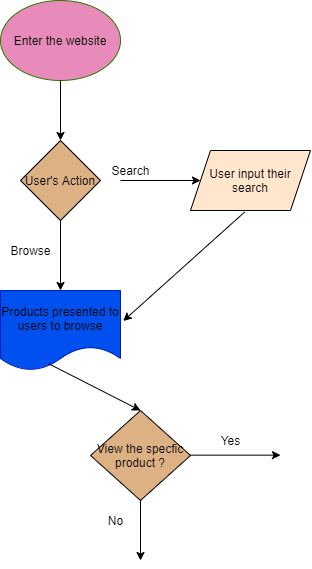
yuzilyu/wp21-cse110-lab4 keeps this draw.io diagram as part2/part2.drawio.png. Above is the earlier version. Source tidied: cells renumbered, new cells last; positions are measured from the earlier drawing's top-left corner, leaving out a move shared by most shapes. The source it was exported from:
```xml
<mxGraphModel background="#ffffff">
  <root>
    <mxCell id="0" />
    <mxCell id="1" parent="0" />
    <mxCell id="2" value="&lt;font color=&quot;#000000&quot;&gt;Enter the website&lt;/font&gt;" style="ellipse;whiteSpace=wrap;html=1;strokeColor=#2D7600;fontColor=#ffffff;fillColor=#E88BBA;" parent="1" vertex="1">
      <mxGeometry width="120" height="80" as="geometry" />
    </mxCell>
    <mxCell id="3" value="&lt;font color=&quot;#000000&quot;&gt;User's Action&lt;/font&gt;" style="rhombus;whiteSpace=wrap;html=1;fillColor=#DEB185;" parent="1" vertex="1">
      <mxGeometry x="20" y="140" width="80" height="80" as="geometry" />
    </mxCell>
    <mxCell id="4" style="endArrow=classic;html=1;entryX=0.5;entryY=0;entryDx=0;entryDy=0;labelBackgroundColor=#000000;strokeColor=#000000;" parent="1" edge="1" target="3">
      <mxGeometry relative="1" as="geometry">
        <mxPoint x="60" y="80" as="sourcePoint" />
      </mxGeometry>
    </mxCell>
    <mxCell id="5" style="endArrow=classic;html=1;strokeColor=#000000;" parent="1" edge="1">
      <mxGeometry relative="1" as="geometry">
        <mxPoint x="120" y="180" as="sourcePoint" />
        <mxPoint x="200" y="180" as="targetPoint" />
      </mxGeometry>
    </mxCell>
    <mxCell id="6" value="&lt;font color=&quot;#000000&quot;&gt;Search&lt;/font&gt;" style="text;html=1;align=center;verticalAlign=middle;" parent="1" vertex="1">
      <mxGeometry x="105" y="160" width="50" height="20" as="geometry" />
    </mxCell>
    <mxCell id="7" style="endArrow=classic;html=1;strokeColor=#000000;" parent="1" edge="1">
      <mxGeometry relative="1" as="geometry">
        <mxPoint x="60" y="220" as="sourcePoint" />
        <mxPoint x="60" y="290" as="targetPoint" />
      </mxGeometry>
    </mxCell>
    <mxCell id="8" value="&lt;font color=&quot;#000000&quot;&gt;Browse&lt;/font&gt;" style="text;html=1;align=center;verticalAlign=middle;" parent="1" vertex="1">
      <mxGeometry y="240" width="60" height="20" as="geometry" />
    </mxCell>
    <mxCell id="9" value="&lt;font color=&quot;#000000&quot;&gt;User input their search&lt;/font&gt;" style="shape=parallelogram;perimeter=parallelogramPerimeter;whiteSpace=wrap;html=1;fixedSize=1;fillColor=#FFE6CC;" parent="1" vertex="1">
      <mxGeometry x="190" y="150" width="120" height="60" as="geometry" />
    </mxCell>
    <mxCell id="10" style="endArrow=classic;html=1;labelBackgroundColor=#000000;strokeColor=#000000;entryX=1.023;entryY=0.381;entryDx=0;entryDy=0;exitX=0.451;exitY=1.026;exitDx=0;exitDy=0;exitPerimeter=0;entryPerimeter=0;" parent="1" edge="1" source="9" target="11">
      <mxGeometry relative="1" as="geometry" />
    </mxCell>
    <mxCell id="11" value="&lt;font color=&quot;#000000&quot;&gt;Products presented to users to browse&lt;/font&gt;" style="shape=document;whiteSpace=wrap;html=1;boundedLbl=1;fillColor=#0050ef;strokeColor=#001DBC;fontColor=#ffffff;" parent="1" vertex="1">
      <mxGeometry y="290" width="120" height="80" as="geometry" />
    </mxCell>
    <mxCell id="12" value="&lt;font color=&quot;#000000&quot;&gt;View the specfic product ?&lt;/font&gt;" style="rhombus;whiteSpace=wrap;html=1;fillColor=#DEB185;" parent="1" vertex="1">
      <mxGeometry x="90" y="410" width="100" height="90" as="geometry" />
    </mxCell>
    <mxCell id="13" style="endArrow=classic;html=1;labelBackgroundColor=#000000;strokeColor=#000000;exitX=0.402;exitY=0.916;exitDx=0;exitDy=0;exitPerimeter=0;entryX=0.5;entryY=0;entryDx=0;entryDy=0;" parent="1" edge="1" source="11" target="12">
      <mxGeometry relative="1" as="geometry" />
    </mxCell>
    <mxCell id="14" style="endArrow=classic;html=1;labelBackgroundColor=#000000;strokeColor=#000000;" parent="1" edge="1">
      <mxGeometry relative="1" as="geometry">
        <mxPoint x="190" y="454.7" as="sourcePoint" />
        <mxPoint x="280" y="454.7" as="targetPoint" />
      </mxGeometry>
    </mxCell>
    <mxCell id="15" value="&lt;font color=&quot;#000000&quot;&gt;Yes&lt;/font&gt;" style="text;html=1;align=center;verticalAlign=middle;" parent="1" vertex="1">
      <mxGeometry x="210" y="430" width="40" height="20" as="geometry" />
    </mxCell>
    <mxCell id="16" style="endArrow=classic;html=1;labelBackgroundColor=#000000;strokeColor=#000000;exitX=0.5;exitY=1;exitDx=0;exitDy=0;" parent="1" edge="1" source="12">
      <mxGeometry relative="1" as="geometry">
        <mxPoint x="140" y="560" as="targetPoint" />
      </mxGeometry>
    </mxCell>
    <mxCell id="17" value="&lt;font color=&quot;#000000&quot;&gt;No&lt;/font&gt;" style="text;html=1;align=center;verticalAlign=middle;points=[];" parent="1" vertex="1">
      <mxGeometry x="100" y="510" width="30" height="20" as="geometry" />
    </mxCell>
  </root>
</mxGraphModel>
```
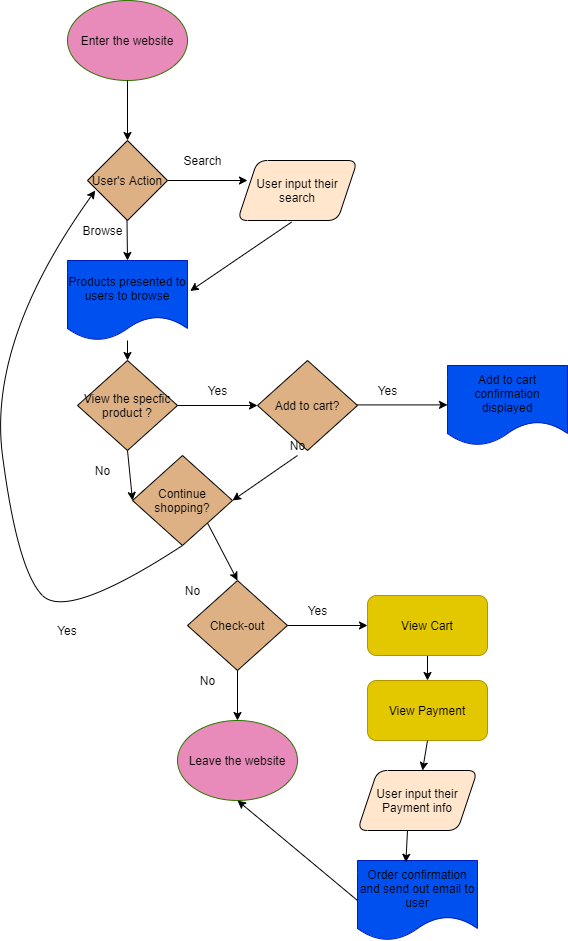
After the change.

Diff of the diagram source:
```diff
@@ -3,65 +3,145 @@
     <mxCell id="0" />
     <mxCell id="1" parent="0" />
     <mxCell id="2" value="&lt;font color=&quot;#000000&quot;&gt;Enter the website&lt;/font&gt;" style="ellipse;whiteSpace=wrap;html=1;strokeColor=#2D7600;fontColor=#ffffff;fillColor=#E88BBA;" parent="1" vertex="1">
-      <mxGeometry width="120" height="80" as="geometry" />
+      <mxGeometry x="220" y="-10" width="120" height="80" as="geometry" />
     </mxCell>
     <mxCell id="3" value="&lt;font color=&quot;#000000&quot;&gt;User's Action&lt;/font&gt;" style="rhombus;whiteSpace=wrap;html=1;fillColor=#DEB185;" parent="1" vertex="1">
-      <mxGeometry x="20" y="140" width="80" height="80" as="geometry" />
+      <mxGeometry x="240" y="130" width="80" height="80" as="geometry" />
     </mxCell>
-    <mxCell id="4" style="endArrow=classic;html=1;entryX=0.5;entryY=0;entryDx=0;entryDy=0;labelBackgroundColor=#000000;strokeColor=#000000;" parent="1" edge="1" target="3">
-      <mxGeometry relative="1" as="geometry">
-        <mxPoint x="60" y="80" as="sourcePoint" />
-      </mxGeometry>
+    <mxCell id="4" style="endArrow=classic;html=1;entryX=0.5;entryY=0;entryDx=0;entryDy=0;labelBackgroundColor=#000000;strokeColor=#000000;exitX=0.5;exitY=1;exitDx=0;exitDy=0;" parent="1" edge="1" source="2" target="3">
+      <mxGeometry relative="1" as="geometry" />
     </mxCell>
     <mxCell id="5" style="endArrow=classic;html=1;strokeColor=#000000;" parent="1" edge="1">
       <mxGeometry relative="1" as="geometry">
-        <mxPoint x="120" y="180" as="sourcePoint" />
-        <mxPoint x="200" y="180" as="targetPoint" />
+        <mxPoint x="320" y="170" as="sourcePoint" />
+        <mxPoint x="400" y="170" as="targetPoint" />
       </mxGeometry>
     </mxCell>
     <mxCell id="6" value="&lt;font color=&quot;#000000&quot;&gt;Search&lt;/font&gt;" style="text;html=1;align=center;verticalAlign=middle;" parent="1" vertex="1">
-      <mxGeometry x="105" y="160" width="50" height="20" as="geometry" />
+      <mxGeometry x="330" y="140" width="50" height="20" as="geometry" />
     </mxCell>
-    <mxCell id="7" style="endArrow=classic;html=1;strokeColor=#000000;" parent="1" edge="1">
+    <mxCell id="7" style="endArrow=classic;html=1;strokeColor=#000000;entryX=0.5;entryY=0;entryDx=0;entryDy=0;" parent="1" edge="1" target="11">
       <mxGeometry relative="1" as="geometry">
-        <mxPoint x="60" y="220" as="sourcePoint" />
-        <mxPoint x="60" y="290" as="targetPoint" />
+        <mxPoint x="279.5" y="210" as="sourcePoint" />
       </mxGeometry>
     </mxCell>
     <mxCell id="8" value="&lt;font color=&quot;#000000&quot;&gt;Browse&lt;/font&gt;" style="text;html=1;align=center;verticalAlign=middle;" parent="1" vertex="1">
-      <mxGeometry y="240" width="60" height="20" as="geometry" />
+      <mxGeometry x="225" y="210" width="60" height="20" as="geometry" />
     </mxCell>
-    <mxCell id="9" value="&lt;font color=&quot;#000000&quot;&gt;User input their search&lt;/font&gt;" style="shape=parallelogram;perimeter=parallelogramPerimeter;whiteSpace=wrap;html=1;fixedSize=1;fillColor=#FFE6CC;" parent="1" vertex="1">
-      <mxGeometry x="190" y="150" width="120" height="60" as="geometry" />
+    <mxCell id="9" value="&lt;font color=&quot;#000000&quot;&gt;User input their search&lt;/font&gt;" style="shape=parallelogram;perimeter=parallelogramPerimeter;whiteSpace=wrap;html=1;fixedSize=1;fillColor=#FFE6CC;rounded=1;" parent="1" vertex="1">
+      <mxGeometry x="390" y="150" width="120" height="60" as="geometry" />
     </mxCell>
     <mxCell id="10" style="endArrow=classic;html=1;labelBackgroundColor=#000000;strokeColor=#000000;entryX=1.023;entryY=0.381;entryDx=0;entryDy=0;exitX=0.451;exitY=1.026;exitDx=0;exitDy=0;exitPerimeter=0;entryPerimeter=0;" parent="1" edge="1" source="9" target="11">
       <mxGeometry relative="1" as="geometry" />
     </mxCell>
     <mxCell id="11" value="&lt;font color=&quot;#000000&quot;&gt;Products presented to users to browse&lt;/font&gt;" style="shape=document;whiteSpace=wrap;html=1;boundedLbl=1;fillColor=#0050ef;strokeColor=#001DBC;fontColor=#ffffff;" parent="1" vertex="1">
-      <mxGeometry y="290" width="120" height="80" as="geometry" />
+      <mxGeometry x="220" y="250" width="120" height="80" as="geometry" />
     </mxCell>
     <mxCell id="12" value="&lt;font color=&quot;#000000&quot;&gt;View the specfic product ?&lt;/font&gt;" style="rhombus;whiteSpace=wrap;html=1;fillColor=#DEB185;" parent="1" vertex="1">
-      <mxGeometry x="90" y="410" width="100" height="90" as="geometry" />
+      <mxGeometry x="230" y="350" width="100" height="90" as="geometry" />
     </mxCell>
-    <mxCell id="13" style="endArrow=classic;html=1;labelBackgroundColor=#000000;strokeColor=#000000;exitX=0.402;exitY=0.916;exitDx=0;exitDy=0;exitPerimeter=0;entryX=0.5;entryY=0;entryDx=0;entryDy=0;" parent="1" edge="1" source="11" target="12">
+    <mxCell id="13" style="endArrow=classic;html=1;labelBackgroundColor=#000000;strokeColor=#000000;entryX=0.5;entryY=0;entryDx=0;entryDy=0;" parent="1" edge="1" source="11" target="12">
       <mxGeometry relative="1" as="geometry" />
     </mxCell>
-    <mxCell id="14" style="endArrow=classic;html=1;labelBackgroundColor=#000000;strokeColor=#000000;" parent="1" edge="1">
-      <mxGeometry relative="1" as="geometry">
-        <mxPoint x="190" y="454.7" as="sourcePoint" />
-        <mxPoint x="280" y="454.7" as="targetPoint" />
-      </mxGeometry>
+    <mxCell id="14" style="endArrow=classic;html=1;labelBackgroundColor=#000000;strokeColor=#000000;exitX=1;exitY=0.5;exitDx=0;exitDy=0;entryX=0;entryY=0.5;entryDx=0;entryDy=0;" parent="1" edge="1" source="12" target="18">
+      <mxGeometry relative="1" as="geometry" />
     </mxCell>
     <mxCell id="15" value="&lt;font color=&quot;#000000&quot;&gt;Yes&lt;/font&gt;" style="text;html=1;align=center;verticalAlign=middle;" parent="1" vertex="1">
-      <mxGeometry x="210" y="430" width="40" height="20" as="geometry" />
+      <mxGeometry x="350" y="370" width="40" height="20" as="geometry" />
     </mxCell>
-    <mxCell id="16" style="endArrow=classic;html=1;labelBackgroundColor=#000000;strokeColor=#000000;exitX=0.5;exitY=1;exitDx=0;exitDy=0;" parent="1" edge="1" source="12">
-      <mxGeometry relative="1" as="geometry">
-        <mxPoint x="140" y="560" as="targetPoint" />
-      </mxGeometry>
+    <mxCell id="16" style="endArrow=classic;html=1;labelBackgroundColor=#000000;strokeColor=#000000;exitX=0.5;exitY=1;exitDx=0;exitDy=0;entryX=0;entryY=0.5;entryDx=0;entryDy=0;" parent="1" edge="1" source="12" target="24">
+      <mxGeometry relative="1" as="geometry" />
     </mxCell>
+    <mxCell id="18" value="&lt;font color=&quot;#000000&quot;&gt;Add to cart?&lt;/font&gt;" style="rhombus;whiteSpace=wrap;html=1;fillColor=#DEB185;" parent="1" vertex="1">
+      <mxGeometry x="410" y="350" width="100" height="90" as="geometry" />
+    </mxCell>
+    <mxCell id="19" value="&lt;font color=&quot;#000000&quot;&gt;Yes&lt;/font&gt;" style="text;html=1;align=center;verticalAlign=middle;" parent="1" vertex="1">
+      <mxGeometry x="520" y="370" width="40" height="20" as="geometry" />
+    </mxCell>
+    <mxCell id="20" style="endArrow=classic;html=1;labelBackgroundColor=#000000;strokeColor=#000000;" parent="1" edge="1">
+      <mxGeometry relative="1" as="geometry">
+        <mxPoint x="510" y="394.4" as="sourcePoint" />
+        <mxPoint x="600" y="394.4" as="targetPoint" />
+      </mxGeometry>
+    </mxCell>
+    <mxCell id="21" value="&lt;font color=&quot;#000000&quot;&gt;No&lt;/font&gt;" style="text;html=1;align=center;verticalAlign=middle;" parent="1" vertex="1">
+      <mxGeometry x="240" y="450" width="30" height="20" as="geometry" />
+    </mxCell>
+    <mxCell id="22" value="&lt;font color=&quot;#000000&quot;&gt;Add to cart confirmation displayed&lt;/font&gt;" style="shape=document;whiteSpace=wrap;html=1;boundedLbl=1;fillColor=#0050ef;strokeColor=#001DBC;fontColor=#ffffff;" parent="1" vertex="1">
+      <mxGeometry x="600" y="355" width="120" height="80" as="geometry" />
+    </mxCell>
+    <mxCell id="23" style="endArrow=classic;html=1;strokeColor=#000000;entryX=1;entryY=0.5;entryDx=0;entryDy=0;exitX=0.5;exitY=1;exitDx=0;exitDy=0;" parent="1" edge="1" source="17" target="24">
+      <mxGeometry relative="1" as="geometry" />
+    </mxCell>
+    <mxCell id="24" value="&lt;font color=&quot;#000000&quot;&gt;Continue shopping?&lt;/font&gt;" style="rhombus;whiteSpace=wrap;html=1;fillColor=#DEB185;" parent="1" vertex="1">
+      <mxGeometry x="285" y="445" width="100" height="90" as="geometry" />
+    </mxCell>
+    <mxCell id="25" value="&lt;font color=&quot;#000000&quot;&gt;Yes&lt;/font&gt;" style="text;html=1;strokeColor=none;fillColor=none;align=center;verticalAlign=middle;whiteSpace=wrap;rounded=0;" parent="1" vertex="1">
+      <mxGeometry x="200" y="610" width="40" height="20" as="geometry" />
+    </mxCell>
+    <mxCell id="26" style="curved=1;endArrow=classic;html=1;strokeColor=#000000;exitX=0.5;exitY=1;exitDx=0;exitDy=0;entryX=0.097;entryY=0.625;entryDx=0;entryDy=0;entryPerimeter=0;" parent="1" edge="1" source="24" target="3">
+      <mxGeometry relative="1" as="geometry">
+        <Array as="points">
+          <mxPoint x="220" y="610" />
+          <mxPoint x="170" y="560" />
+          <mxPoint x="140" y="330" />
+        </Array>
+      </mxGeometry>
+    </mxCell>
+    <mxCell id="27" style="endArrow=classic;html=1;strokeColor=#000000;exitX=1;exitY=1;exitDx=0;exitDy=0;entryX=0.5;entryY=0;entryDx=0;entryDy=0;" parent="1" edge="1" source="24" target="29">
+      <mxGeometry relative="1" as="geometry" />
+    </mxCell>
+    <mxCell id="28" value="&lt;font color=&quot;#000000&quot;&gt;No&lt;/font&gt;" style="text;html=1;align=center;verticalAlign=middle;" parent="1" vertex="1">
+      <mxGeometry x="330" y="570" width="30" height="20" as="geometry" />
+    </mxCell>
+    <mxCell id="29" value="&lt;font color=&quot;#000000&quot;&gt;Check-out&lt;br&gt;&lt;/font&gt;" style="rhombus;whiteSpace=wrap;html=1;fillColor=#DEB185;" parent="1" vertex="1">
+      <mxGeometry x="340" y="570" width="100" height="90" as="geometry" />
+    </mxCell>
+    <mxCell id="30" style="endArrow=classic;html=1;strokeColor=#000000;exitX=0.5;exitY=1;exitDx=0;exitDy=0;entryX=0.5;entryY=0;entryDx=0;entryDy=0;" parent="1" edge="1" source="29" target="32">
+      <mxGeometry relative="1" as="geometry" />
+    </mxCell>
+    <mxCell id="31" value="&lt;font color=&quot;#000000&quot;&gt;No&lt;br&gt;&lt;/font&gt;" style="text;html=1;align=center;verticalAlign=middle;" parent="1" vertex="1">
+      <mxGeometry x="345" y="660" width="30" height="20" as="geometry" />
+    </mxCell>
+    <mxCell id="32" value="&lt;font color=&quot;#000000&quot;&gt;Leave&amp;nbsp;the website&lt;/font&gt;" style="ellipse;whiteSpace=wrap;html=1;strokeColor=#2D7600;fontColor=#ffffff;fillColor=#E88BBA;" parent="1" vertex="1">
+      <mxGeometry x="330" y="710" width="120" height="80" as="geometry" />
+    </mxCell>
+    <mxCell id="33" style="endArrow=classic;html=1;strokeColor=#000000;exitX=1;exitY=0.5;exitDx=0;exitDy=0;entryX=0;entryY=0.5;entryDx=0;entryDy=0;" parent="1" edge="1" source="29" target="36">
+      <mxGeometry relative="1" as="geometry" />
+    </mxCell>
+    <mxCell id="34" value="&lt;font color=&quot;#000000&quot;&gt;Yes&lt;br&gt;&lt;/font&gt;" style="text;html=1;align=center;verticalAlign=middle;" parent="1" vertex="1">
+      <mxGeometry x="450" y="590" width="40" height="20" as="geometry" />
+    </mxCell>
+    <mxCell id="35" style="endArrow=classic;html=1;strokeColor=#000000;exitX=0.5;exitY=1;exitDx=0;exitDy=0;entryX=0.5;entryY=0;entryDx=0;entryDy=0;" parent="1" edge="1" source="36" target="37">
+      <mxGeometry relative="1" as="geometry" />
+    </mxCell>
+    <mxCell id="36" value="&lt;font color=&quot;#000000&quot;&gt;View Cart&lt;/font&gt;" style="rounded=1;whiteSpace=wrap;html=1;fillColor=#e3c800;strokeColor=#B09500;fontColor=#ffffff;" parent="1" vertex="1">
+      <mxGeometry x="520" y="585" width="120" height="60" as="geometry" />
+    </mxCell>
+    <mxCell id="37" value="&lt;font color=&quot;#000000&quot;&gt;View Payment&lt;/font&gt;" style="rounded=1;whiteSpace=wrap;html=1;fillColor=#e3c800;strokeColor=#B09500;fontColor=#ffffff;" parent="1" vertex="1">
+      <mxGeometry x="520" y="670" width="120" height="60" as="geometry" />
+    </mxCell>
     <mxCell id="17" value="&lt;font color=&quot;#000000&quot;&gt;No&lt;/font&gt;" style="text;html=1;align=center;verticalAlign=middle;points=[];" parent="1" vertex="1">
-      <mxGeometry x="100" y="510" width="30" height="20" as="geometry" />
+      <mxGeometry x="435" y="425" width="30" height="20" as="geometry" />
     </mxCell>
+    <mxCell id="38" value="&lt;font color=&quot;#000000&quot;&gt;User input their Payment info&lt;/font&gt;" style="shape=parallelogram;perimeter=parallelogramPerimeter;whiteSpace=wrap;html=1;fixedSize=1;fillColor=#FFE6CC;rounded=1;" parent="1" vertex="1">
+      <mxGeometry x="510" y="760" width="120" height="60" as="geometry" />
+    </mxCell>
+    <mxCell id="39" style="endArrow=classic;html=1;strokeColor=#000000;" parent="1" edge="1" target="38">
+      <mxGeometry relative="1" as="geometry">
+        <mxPoint x="580" y="730" as="sourcePoint" />
+      </mxGeometry>
+    </mxCell>
+    <mxCell id="40" value="&lt;font color=&quot;#000000&quot;&gt;Order confirmation and send out email to user&lt;/font&gt;" style="shape=document;whiteSpace=wrap;html=1;boundedLbl=1;fillColor=#0050ef;strokeColor=#001DBC;fontColor=#ffffff;" parent="1" vertex="1">
+      <mxGeometry x="510" y="850" width="120" height="80" as="geometry" />
+    </mxCell>
+    <mxCell id="41" style="endArrow=classic;html=1;strokeColor=#000000;entryX=0.403;entryY=0.022;entryDx=0;entryDy=0;entryPerimeter=0;" parent="1" edge="1" target="40">
+      <mxGeometry relative="1" as="geometry">
+        <mxPoint x="560" y="820" as="sourcePoint" />
+      </mxGeometry>
+    </mxCell>
+    <mxCell id="42" style="endArrow=classic;html=1;strokeColor=#000000;exitX=0;exitY=0.5;exitDx=0;exitDy=0;entryX=0.5;entryY=1;entryDx=0;entryDy=0;" parent="1" edge="1" source="40" target="32">
+      <mxGeometry relative="1" as="geometry" />
+    </mxCell>
   </root>
 </mxGraphModel>
```
